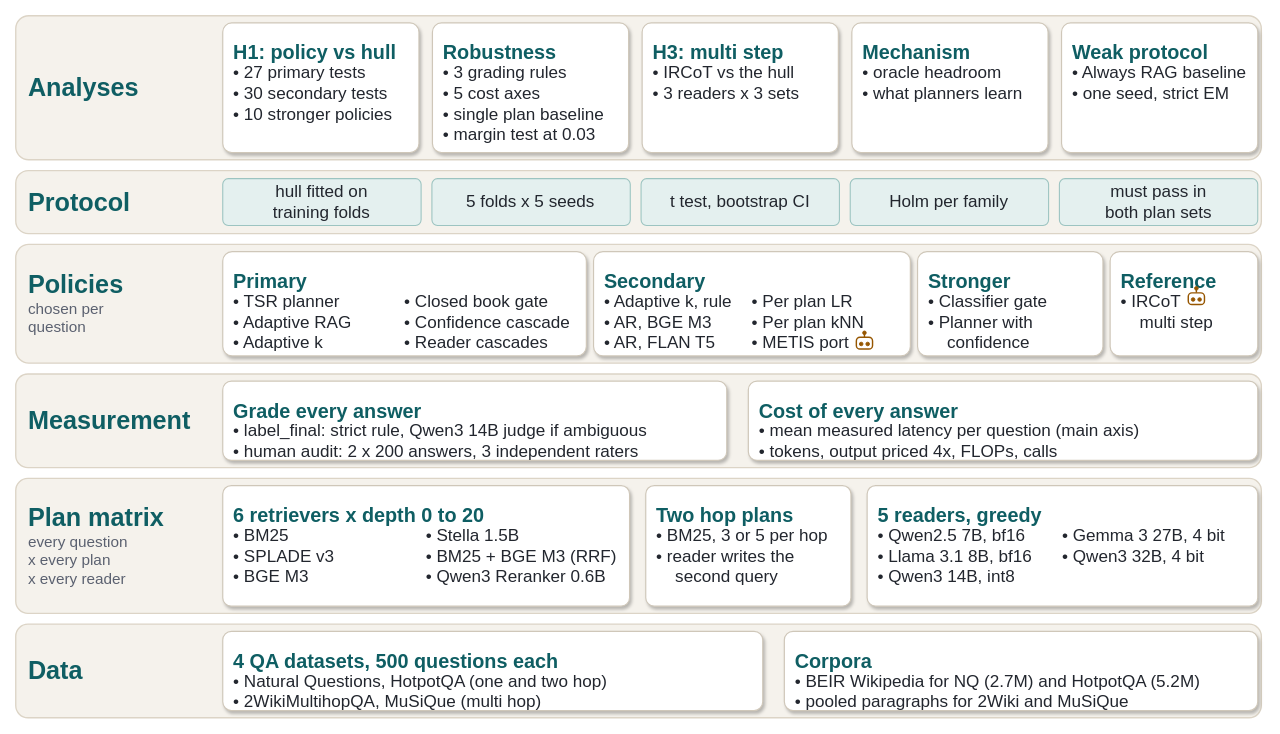
Earlier version of the draw.io diagram results_full/figures_final/fig_framework.drawio (yasirsaleem-lab/FunnelPlan). Source tidied: cells renumbered, new cells numbered last; positions are measured from the earlier drawing's top-left corner, leaving out a move shared by most shapes. Both pictures are drawn from the tidied source at 90%, with x=0, y=0 at pixel (15, 15).
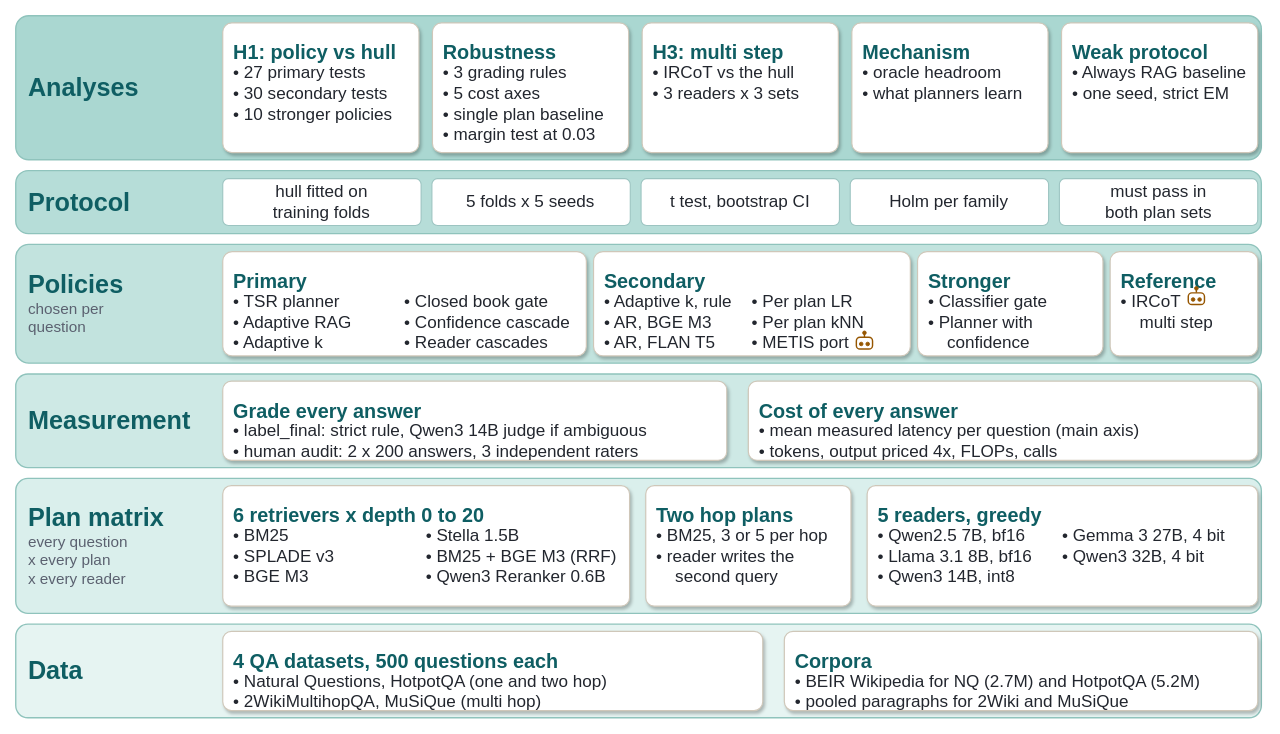
The same diagram, later.

Commit message (it also covers changes not shown here):
Figures 1 and 2: brighter layer and column tints

What changed in the source:
```diff
@@
-    <mxCell id="2" style="rounded=1;arcSize=9;html=1;fillColor=#F5F2EC;strokeColor=#DCD4C6;strokeWidth=1.5;" parent="1" vertex="1">
+    <mxCell id="2" style="rounded=1;arcSize=9;html=1;fillColor=#AAD7D1;strokeColor=#8FC3BC;strokeWidth=1.5;" parent="1" vertex="1">
       <mxGeometry width="1384" height="160" as="geometry" />
     </mxCell>
@@
-    <mxCell id="19" style="rounded=1;arcSize=20;html=1;fillColor=#F5F2EC;strokeColor=#DCD4C6;strokeWidth=1.5;" parent="1" vertex="1">
+    <mxCell id="19" style="rounded=1;arcSize=20;html=1;fillColor=#B6DDD8;strokeColor=#8FC3BC;strokeWidth=1.5;" parent="1" vertex="1">
       <mxGeometry y="172" width="1384" height="70" as="geometry" />
     </mxCell>
@@
-    <mxCell id="21" style="rounded=1;arcSize=12;html=1;fillColor=#E4F0EF;strokeColor=#9CC4C1;strokeWidth=1.2;" parent="1" vertex="1">
+    <mxCell id="21" style="rounded=1;arcSize=12;html=1;fillColor=#ffffff;strokeColor=#9CC4C1;strokeWidth=1.2;" parent="1" vertex="1">
       <mxGeometry x="230" y="181" width="220.4" height="52" as="geometry" />
     </mxCell>
@@
-    <mxCell id="23" style="rounded=1;arcSize=12;html=1;fillColor=#E4F0EF;strokeColor=#9CC4C1;strokeWidth=1.2;" parent="1" vertex="1">
+    <mxCell id="23" style="rounded=1;arcSize=12;html=1;fillColor=#ffffff;strokeColor=#9CC4C1;strokeWidth=1.2;" parent="1" vertex="1">
       <mxGeometry x="462.4" y="181" width="220.4" height="52" as="geometry" />
     </mxCell>
@@
-    <mxCell id="25" style="rounded=1;arcSize=12;html=1;fillColor=#E4F0EF;strokeColor=#9CC4C1;strokeWidth=1.2;" parent="1" vertex="1">
+    <mxCell id="25" style="rounded=1;arcSize=12;html=1;fillColor=#ffffff;strokeColor=#9CC4C1;strokeWidth=1.2;" parent="1" vertex="1">
       <mxGeometry x="694.8" y="181" width="220.4" height="52" as="geometry" />
     </mxCell>
@@
-    <mxCell id="27" style="rounded=1;arcSize=12;html=1;fillColor=#E4F0EF;strokeColor=#9CC4C1;strokeWidth=1.2;" parent="1" vertex="1">
+    <mxCell id="27" style="rounded=1;arcSize=12;html=1;fillColor=#ffffff;strokeColor=#9CC4C1;strokeWidth=1.2;" parent="1" vertex="1">
       <mxGeometry x="927.2" y="181" width="220.4" height="52" as="geometry" />
     </mxCell>
@@
-    <mxCell id="29" style="rounded=1;arcSize=12;html=1;fillColor=#E4F0EF;strokeColor=#9CC4C1;strokeWidth=1.2;" parent="1" vertex="1">
+    <mxCell id="29" style="rounded=1;arcSize=12;html=1;fillColor=#ffffff;strokeColor=#9CC4C1;strokeWidth=1.2;" parent="1" vertex="1">
       <mxGeometry x="1159.6" y="181" width="220.4" height="52" as="geometry" />
     </mxCell>
@@
-    <mxCell id="31" style="rounded=1;arcSize=11;html=1;fillColor=#F5F2EC;strokeColor=#DCD4C6;strokeWidth=1.5;" parent="1" vertex="1">
+    <mxCell id="31" style="rounded=1;arcSize=11;html=1;fillColor=#C2E3DE;strokeColor=#8FC3BC;strokeWidth=1.5;" parent="1" vertex="1">
       <mxGeometry y="254" width="1384" height="132" as="geometry" />
     </mxCell>
@@
-    <mxCell id="57" style="rounded=1;arcSize=13;html=1;fillColor=#F5F2EC;strokeColor=#DCD4C6;strokeWidth=1.5;" parent="1" vertex="1">
+    <mxCell id="57" style="rounded=1;arcSize=13;html=1;fillColor=#CEE9E5;strokeColor=#8FC3BC;strokeWidth=1.5;" parent="1" vertex="1">
       <mxGeometry y="398" width="1384" height="104" as="geometry" />
     </mxCell>
@@
-    <mxCell id="65" style="rounded=1;arcSize=9;html=1;fillColor=#F5F2EC;strokeColor=#DCD4C6;strokeWidth=1.5;" parent="1" vertex="1">
+    <mxCell id="65" style="rounded=1;arcSize=9;html=1;fillColor=#DAEFEC;strokeColor=#8FC3BC;strokeWidth=1.5;" parent="1" vertex="1">
       <mxGeometry y="514" width="1384" height="150" as="geometry" />
     </mxCell>
@@
-    <mxCell id="78" style="rounded=1;arcSize=13;html=1;fillColor=#F5F2EC;strokeColor=#DCD4C6;strokeWidth=1.5;" parent="1" vertex="1">
+    <mxCell id="78" style="rounded=1;arcSize=13;html=1;fillColor=#E6F4F2;strokeColor=#8FC3BC;strokeWidth=1.5;" parent="1" vertex="1">
       <mxGeometry y="676" width="1384" height="104" as="geometry" />
     </mxCell>
```
